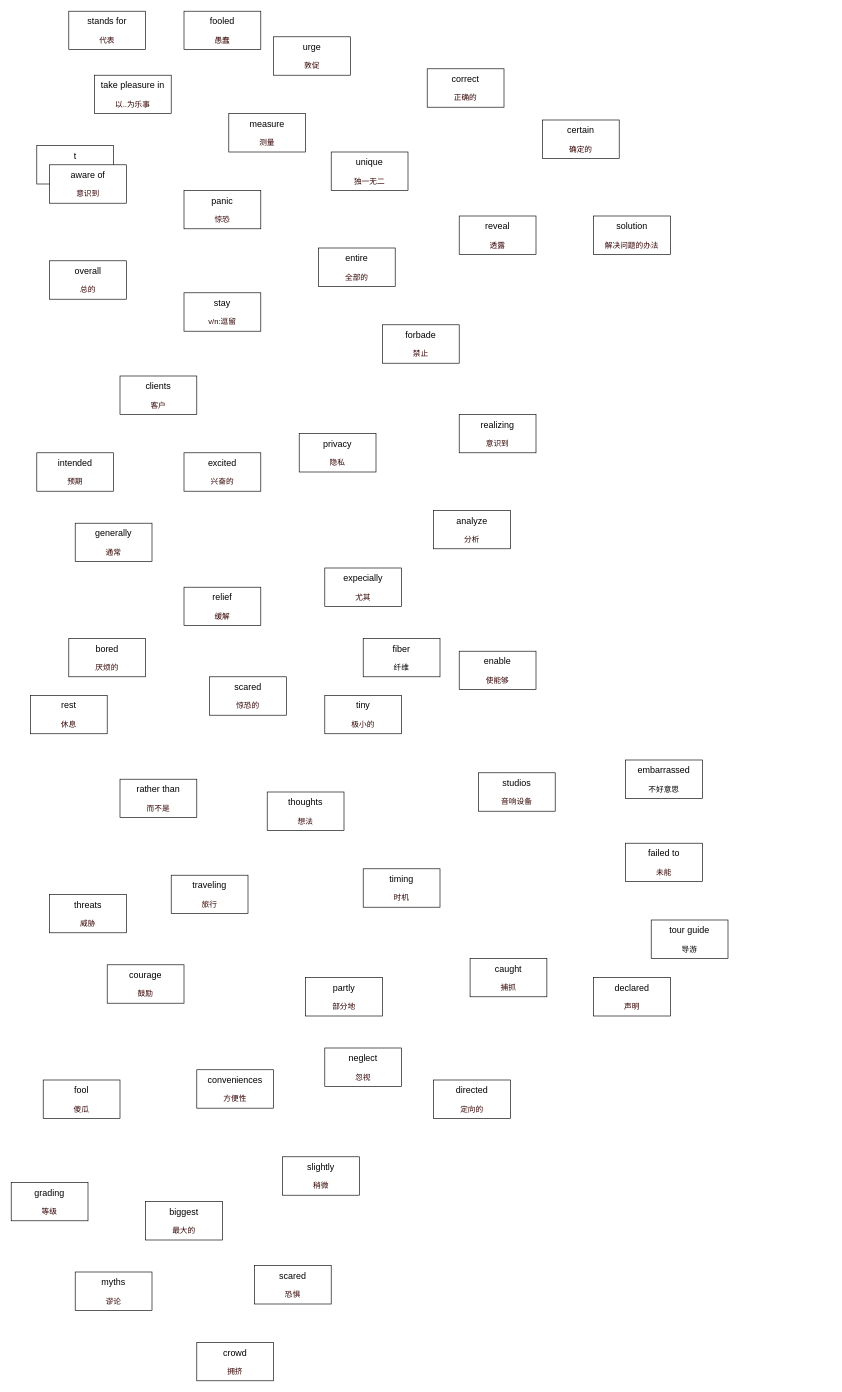
Before: ocean.drawio in banBlue/drawio, a draw.io diagram. Source tidied: cells renumbered, new cells numbered last; positions are measured from the earlier drawing's top-left corner, leaving out a move shared by most shapes. Both pictures are drawn from the tidied source at 64%, with x=0, y=0 at pixel (11, 11).
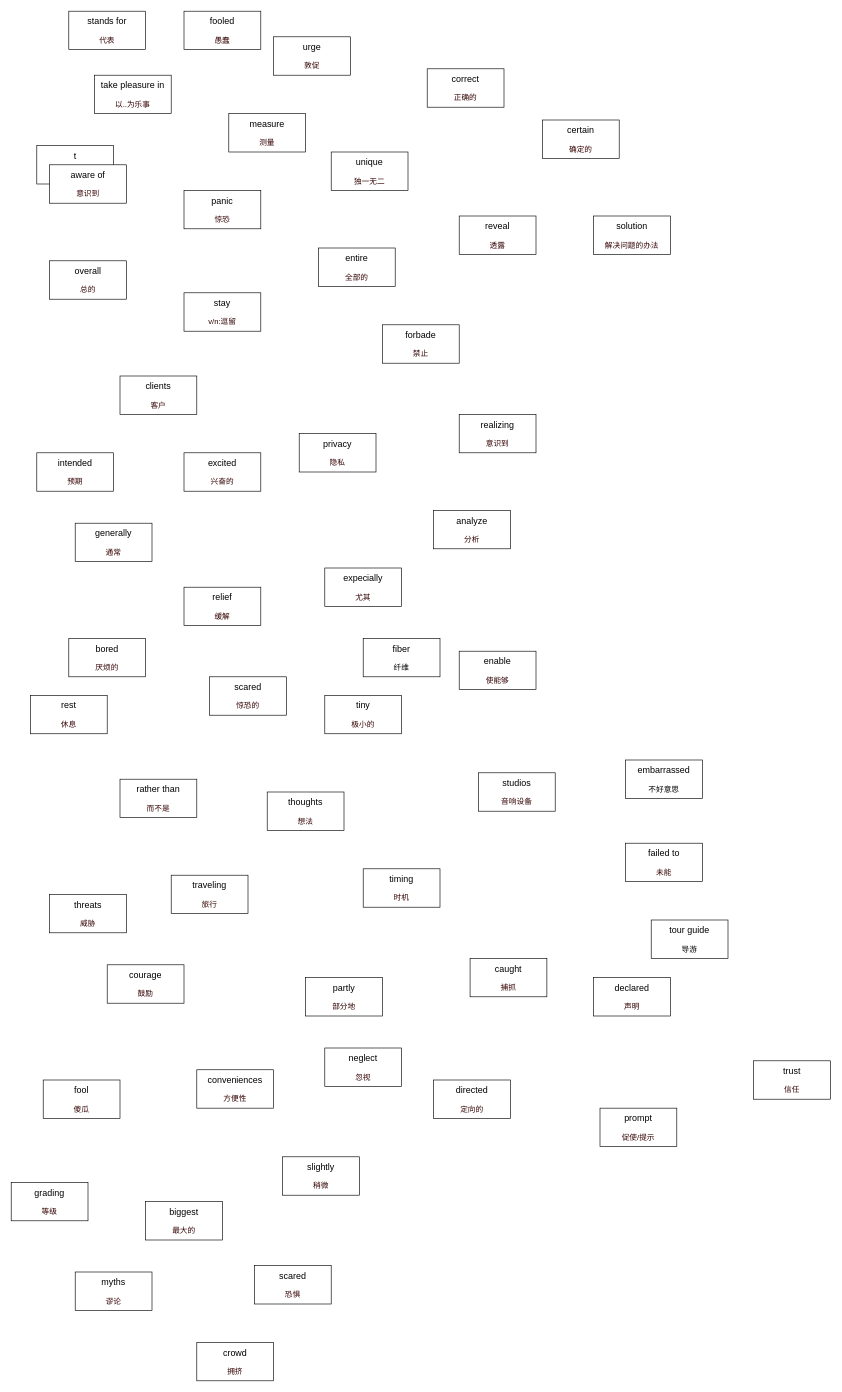
Above is the later version.

The edit, as a diff of the source:
```diff
@@
+    <mxCell id="57" value="&lt;font style=&quot;font-size: 14px&quot;&gt;prompt&lt;br&gt;&lt;/font&gt;&lt;br&gt;&lt;font color=&quot;#330000&quot;&gt;促使/提示&lt;/font&gt;" style="rounded=0;whiteSpace=wrap;html=1;" parent="1" vertex="1">
+      <mxGeometry x="920" y="1714" width="120" height="60" as="geometry" />
+    </mxCell>
+    <mxCell id="58" value="&lt;font style=&quot;font-size: 14px&quot;&gt;trust&lt;br&gt;&lt;/font&gt;&lt;br&gt;&lt;font color=&quot;#330000&quot;&gt;信任&lt;/font&gt;" style="rounded=0;whiteSpace=wrap;html=1;" parent="1" vertex="1">
+      <mxGeometry x="1160" y="1640" width="120" height="60" as="geometry" />
+    </mxCell>
```
